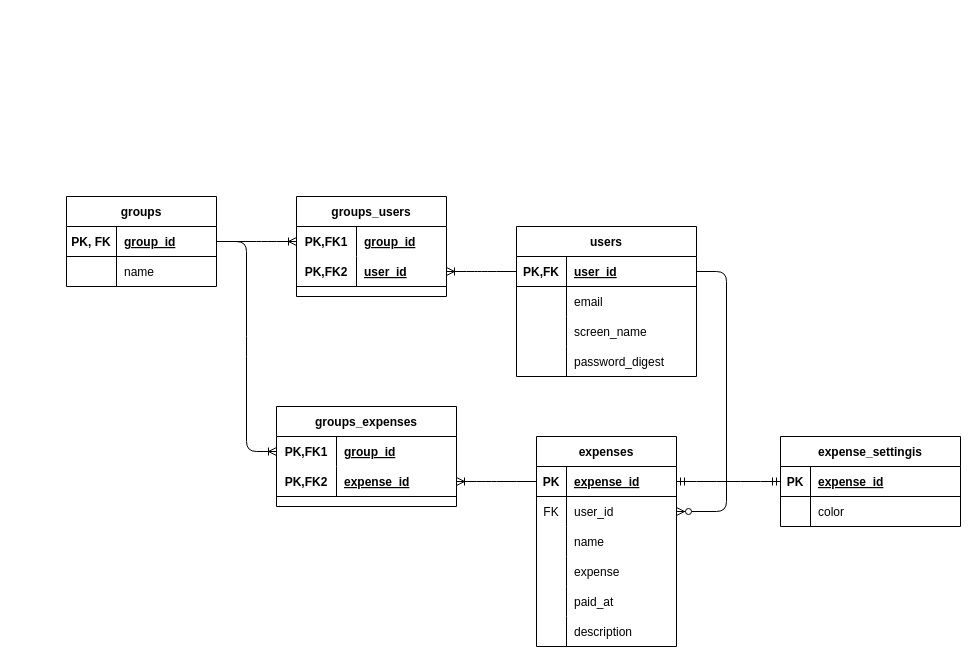
Before: design/ERdiagram.dio in dOwOd/Expenses_Log_App, a draw.io diagram. Source tidied: cells renumbered, new cells numbered last; positions are measured from the earlier drawing's top-left corner, leaving out a move shared by most shapes. Both pictures are drawn from the tidied source at 100%, with x=0, y=0 at pixel (66, 196).
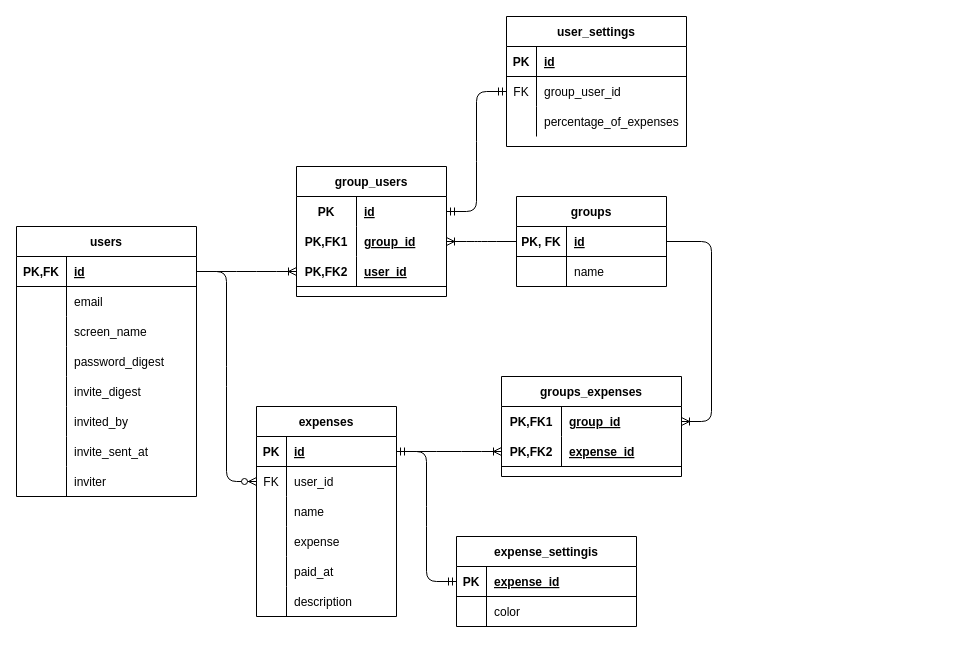
After the change.

The change refers to these unchanged cells:
```xml
<mxCell id="18" style="shape=partialRectangle;fillColor=none;top=0;left=0;bottom=1;right=0;points=[[0,0.5],[1,0.5]];portConstraint=eastwest;" parent="17" vertex="1">
  <mxGeometry y="30" width="150" height="30" as="geometry" />
</mxCell>
<mxCell id="25" style="shape=partialRectangle;fillColor=none;top=0;left=0;bottom=1;right=0;points=[[0,0.5],[1,0.5]];portConstraint=eastwest;" parent="24" vertex="1">
  <mxGeometry y="30" width="140" height="30" as="geometry" />
</mxCell>
<mxCell id="44" style="shape=partialRectangle;fillColor=none;top=0;left=0;bottom=1;right=0;points=[[0,0.5],[1,0.5]];portConstraint=eastwest;" parent="43" vertex="1">
  <mxGeometry y="30" width="180" height="30" as="geometry" />
</mxCell>
```

Diff of the diagram source:
```diff
@@
     <mxCell id="3" style="group;" parent="1" vertex="1">
-      <mxGeometry x="714" y="240" width="180" height="100" as="geometry" />
+      <mxGeometry x="390" y="340" width="180" height="100" as="geometry" />
     </mxCell>
@@
     <mxCell id="17" value="groups" style="shape=table;startSize=30;childLayout=tableLayout;rowLines=0;fontStyle=1;align=center;rounded=0;" parent="1" vertex="1">
-      <mxGeometry width="150" height="90" as="geometry" />
+      <mxGeometry x="450" width="150" height="90" as="geometry" />
     </mxCell>
@@
-    <mxCell id="20" value="group_id" style="shape=partialRectangle;fillColor=none;top=0;left=0;bottom=0;right=0;align=left;spacingLeft=6;fontStyle=5;overflow=hidden;" parent="18" vertex="1">
+    <mxCell id="20" value="id" style="shape=partialRectangle;fillColor=none;top=0;left=0;bottom=0;right=0;align=left;spacingLeft=6;fontStyle=5;overflow=hidden;" parent="18" vertex="1">
       <mxGeometry x="50" width="100" height="30" as="geometry" />
     </mxCell>
@@
     <mxCell id="24" value="expenses" style="shape=table;startSize=30;childLayout=tableLayout;rowLines=0;fontStyle=1;align=center;rounded=0;" parent="1" vertex="1">
-      <mxGeometry x="470" y="240" width="140" height="210" as="geometry" />
+      <mxGeometry x="190" y="210" width="140" height="210" as="geometry" />
     </mxCell>
@@
-    <mxCell id="27" value="expense_id" style="shape=partialRectangle;fillColor=none;top=0;left=0;bottom=0;right=0;align=left;spacingLeft=6;fontStyle=5;overflow=hidden;" parent="25" vertex="1">
+    <mxCell id="27" value="id" style="shape=partialRectangle;fillColor=none;top=0;left=0;bottom=0;right=0;align=left;spacingLeft=6;fontStyle=5;overflow=hidden;" parent="25" vertex="1">
       <mxGeometry x="30" width="110" height="30" as="geometry" />
     </mxCell>
@@
     <mxCell id="43" value="users" style="shape=table;startSize=30;childLayout=tableLayout;rowLines=0;fontStyle=1;align=center;rounded=0;" parent="1" vertex="1">
-      <mxGeometry x="450" y="30" width="180" height="150" as="geometry" />
+      <mxGeometry x="-50" y="30" width="180" height="270" as="geometry" />
     </mxCell>
@@
-    <mxCell id="46" value="user_id" style="shape=partialRectangle;fillColor=none;top=0;left=0;bottom=0;right=0;align=left;spacingLeft=6;fontStyle=5;overflow=hidden;" parent="44" vertex="1">
+    <mxCell id="46" value="id" style="shape=partialRectangle;fillColor=none;top=0;left=0;bottom=0;right=0;align=left;spacingLeft=6;fontStyle=5;overflow=hidden;" parent="44" vertex="1">
       <mxGeometry x="50" width="130" height="30" as="geometry" />
     </mxCell>
@@
+    <mxCell id="70" style="shape=partialRectangle;fillColor=none;top=0;left=0;bottom=0;right=0;" parent="43" vertex="1">
+      <mxGeometry y="150" width="180" height="30" as="geometry" />
+    </mxCell>
+    <mxCell id="71" style="shape=partialRectangle;fillColor=none;top=0;left=0;bottom=0;right=0;overflow=hidden;" parent="70" vertex="1">
+      <mxGeometry width="50" height="30" as="geometry" />
+    </mxCell>
+    <mxCell id="72" value="invite_digest" style="shape=partialRectangle;fillColor=none;top=0;left=0;bottom=0;right=0;align=left;spacingLeft=6;overflow=hidden;" parent="70" vertex="1">
+      <mxGeometry x="50" width="130" height="30" as="geometry" />
+    </mxCell>
+    <mxCell id="73" style="shape=partialRectangle;fillColor=none;top=0;left=0;bottom=0;right=0;" parent="43" vertex="1">
+      <mxGeometry y="180" width="180" height="30" as="geometry" />
+    </mxCell>
+    <mxCell id="74" style="shape=partialRectangle;fillColor=none;top=0;left=0;bottom=0;right=0;overflow=hidden;" parent="73" vertex="1">
+      <mxGeometry width="50" height="30" as="geometry" />
+    </mxCell>
+    <mxCell id="75" value="invited_by" style="shape=partialRectangle;fillColor=none;top=0;left=0;bottom=0;right=0;align=left;spacingLeft=6;overflow=hidden;" parent="73" vertex="1">
+      <mxGeometry x="50" width="130" height="30" as="geometry" />
+    </mxCell>
+    <mxCell id="76" style="shape=partialRectangle;fillColor=none;top=0;left=0;bottom=0;right=0;" parent="43" vertex="1">
+      <mxGeometry y="210" width="180" height="30" as="geometry" />
+    </mxCell>
+    <mxCell id="77" style="shape=partialRectangle;fillColor=none;top=0;left=0;bottom=0;right=0;overflow=hidden;" parent="76" vertex="1">
+      <mxGeometry width="50" height="30" as="geometry" />
+    </mxCell>
+    <mxCell id="78" value="invite_sent_at" style="shape=partialRectangle;fillColor=none;top=0;left=0;bottom=0;right=0;align=left;spacingLeft=6;overflow=hidden;" parent="76" vertex="1">
+      <mxGeometry x="50" width="130" height="30" as="geometry" />
+    </mxCell>
+    <mxCell id="79" style="shape=partialRectangle;fillColor=none;top=0;left=0;bottom=0;right=0;" parent="43" vertex="1">
+      <mxGeometry y="240" width="180" height="30" as="geometry" />
+    </mxCell>
+    <mxCell id="80" style="shape=partialRectangle;fillColor=none;top=0;left=0;bottom=0;right=0;overflow=hidden;" parent="79" vertex="1">
+      <mxGeometry width="50" height="30" as="geometry" />
+    </mxCell>
+    <mxCell id="81" value="inviter" style="shape=partialRectangle;fillColor=none;top=0;left=0;bottom=0;right=0;align=left;spacingLeft=6;overflow=hidden;" parent="79" vertex="1">
+      <mxGeometry x="50" width="130" height="30" as="geometry" />
+    </mxCell>
     <mxCell id="56" value="groups_expenses" style="shape=table;startSize=30;childLayout=tableLayout;rowLines=0;fontStyle=1;align=center;" parent="1" vertex="1">
-      <mxGeometry x="210" y="210" width="180" height="100" as="geometry" />
+      <mxGeometry x="435" y="180" width="180" height="100" as="geometry" />
     </mxCell>
@@
-    <mxCell id="63" value="groups_users" style="shape=table;startSize=30;childLayout=tableLayout;rowLines=0;fontStyle=1;align=center;" parent="1" vertex="1">
-      <mxGeometry x="230" width="150" height="100" as="geometry" />
+    <mxCell id="63" value="group_users" style="shape=table;startSize=30;childLayout=tableLayout;rowLines=0;fontStyle=1;align=center;" parent="1" vertex="1">
+      <mxGeometry x="230" y="-30" width="150" height="130" as="geometry" />
     </mxCell>
+    <mxCell id="82" style="shape=partialRectangle;fillColor=none;top=0;left=0;bottom=0;right=0;points=[[0,0.5],[1,0.5]];portConstraint=eastwest;" parent="63" vertex="1">
+      <mxGeometry y="30" width="150" height="30" as="geometry" />
+    </mxCell>
+    <mxCell id="83" value="PK" style="shape=partialRectangle;fillColor=none;top=0;left=0;bottom=0;right=0;fontStyle=1;overflow=hidden;" parent="82" vertex="1">
+      <mxGeometry width="60" height="30" as="geometry" />
+    </mxCell>
+    <mxCell id="84" value="id" style="shape=partialRectangle;fillColor=none;top=0;left=0;bottom=0;right=0;align=left;spacingLeft=6;fontStyle=5;overflow=hidden;" parent="82" vertex="1">
+      <mxGeometry x="60" width="90" height="30" as="geometry" />
+    </mxCell>
     <mxCell id="64" style="shape=partialRectangle;fillColor=none;top=0;left=0;bottom=0;right=0;points=[[0,0.5],[1,0.5]];portConstraint=eastwest;" parent="63" vertex="1">
-      <mxGeometry y="30" width="150" height="30" as="geometry" />
+      <mxGeometry y="60" width="150" height="30" as="geometry" />
     </mxCell>
@@
     <mxCell id="67" style="shape=partialRectangle;fillColor=none;top=0;left=0;bottom=1;right=0;points=[[0,0.5],[1,0.5]];portConstraint=eastwest;" parent="63" vertex="1">
-      <mxGeometry y="60" width="150" height="30" as="geometry" />
+      <mxGeometry y="90" width="150" height="30" as="geometry" />
     </mxCell>
@@
+    <mxCell id="85" value="user_settings" style="shape=table;startSize=30;childLayout=tableLayout;rowLines=0;fontStyle=1;align=center;" parent="1" vertex="1">
+      <mxGeometry x="440" y="-180" width="180" height="130" as="geometry" />
+    </mxCell>
+    <mxCell id="86" style="shape=partialRectangle;fillColor=none;top=0;left=0;bottom=1;right=0;" parent="85" vertex="1">
+      <mxGeometry y="30" width="180" height="30" as="geometry" />
+    </mxCell>
+    <mxCell id="87" value="PK" style="shape=partialRectangle;fillColor=none;top=0;left=0;bottom=0;right=0;fontStyle=1;overflow=hidden;" parent="86" vertex="1">
+      <mxGeometry width="30" height="30" as="geometry" />
+    </mxCell>
+    <mxCell id="88" value="id" style="shape=partialRectangle;fillColor=none;top=0;left=0;bottom=0;right=0;align=left;spacingLeft=6;fontStyle=5;overflow=hidden;" parent="86" vertex="1">
+      <mxGeometry x="30" width="150" height="30" as="geometry" />
+    </mxCell>
+    <mxCell id="89" style="shape=partialRectangle;fillColor=none;top=0;left=0;bottom=0;right=0;points=[[0,0.5],[1,0.5]];portConstraint=eastwest;" parent="85" vertex="1">
+      <mxGeometry y="60" width="180" height="30" as="geometry" />
+    </mxCell>
+    <mxCell id="90" value="FK" style="shape=partialRectangle;fillColor=none;top=0;left=0;bottom=0;right=0;overflow=hidden;" parent="89" vertex="1">
+      <mxGeometry width="30" height="30" as="geometry" />
+    </mxCell>
+    <mxCell id="91" value="group_user_id" style="shape=partialRectangle;fillColor=none;top=0;left=0;bottom=0;right=0;align=left;spacingLeft=6;overflow=hidden;" parent="89" vertex="1">
+      <mxGeometry x="30" width="150" height="30" as="geometry" />
+    </mxCell>
+    <mxCell id="92" style="shape=partialRectangle;fillColor=none;top=0;left=0;bottom=0;right=0;" parent="85" vertex="1">
+      <mxGeometry y="90" width="180" height="30" as="geometry" />
+    </mxCell>
+    <mxCell id="93" style="shape=partialRectangle;fillColor=none;top=0;left=0;bottom=0;right=0;overflow=hidden;" parent="92" vertex="1">
+      <mxGeometry width="30" height="30" as="geometry" />
+    </mxCell>
+    <mxCell id="94" value="percentage_of_expenses" style="shape=partialRectangle;fillColor=none;top=0;left=0;bottom=0;right=0;align=left;spacingLeft=6;overflow=hidden;" parent="92" vertex="1">
+      <mxGeometry x="30" width="150" height="30" as="geometry" />
+    </mxCell>
+    <mxCell id="95" style="edgeStyle=entityRelationEdgeStyle;fontSize=12;html=1;endArrow=ERmandOne;startArrow=ERmandOne;exitX=1;exitY=0.5;exitDx=0;exitDy=0;entryX=0;entryY=0.5;entryDx=0;entryDy=0;" parent="1" edge="1" source="82" target="89">
+      <mxGeometry relative="1" as="geometry" />
+    </mxCell>
```
